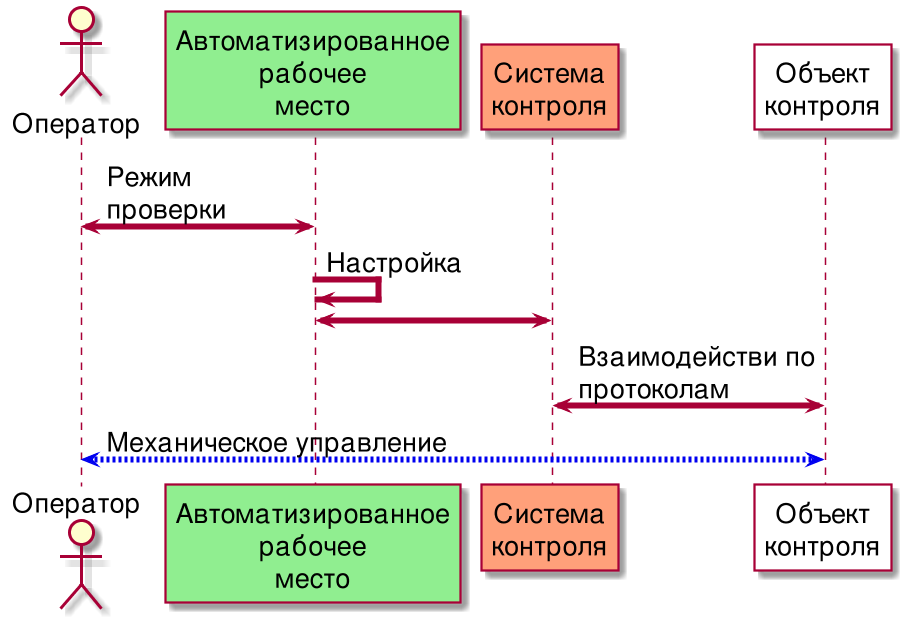
This is Dissertation/images/scheme.png from UlrichVonRekkenin/PhdLaTeX, a PlantUML export, as it was before one commit. Source of this version:
```plantuml
@startuml
scale 1.5
skinparam {
    Dpi 300
    PackageFontSize 20
    arrowThickness 4
    DefaultFontSize 18
    ClassFontSize 28
    ClassAttributeFontSize 25
}

actor Оператор as oper
participant "Автоматизированное\nрабочее\nместо" as arm #LightGreen
participant "Система\nконтроля" as cs #LightSalmon
participant "Объект\nконтроля" as obj #White

oper <-> arm : Режим\nпроверки
arm -> arm : Настройка
arm <-> cs
cs <-> obj : Взаимодействи по\nпротоколам
oper <-[#0000F0]-> obj : Механическое управление

@enduml
```
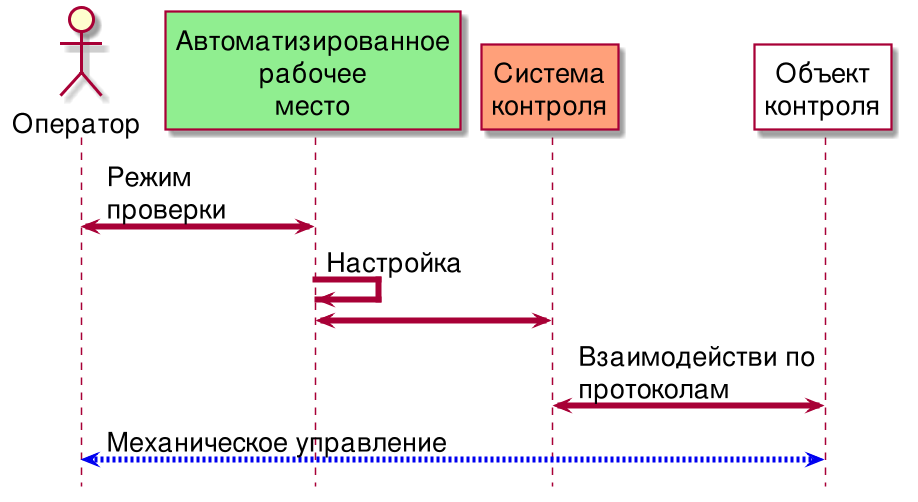
The same file after the commit.

Change to the diagram source:
```diff
@@ -1,13 +1,6 @@
 @startuml
-scale 1.5
-skinparam {
-    Dpi 300
-    PackageFontSize 20
-    arrowThickness 4
-    DefaultFontSize 18
-    ClassFontSize 28
-    ClassAttributeFontSize 25
-}
+!include style.iuml
+hide footbox
 
 actor Оператор as oper
 participant "Автоматизированное\nрабочее\nместо" as arm #LightGreen
```
